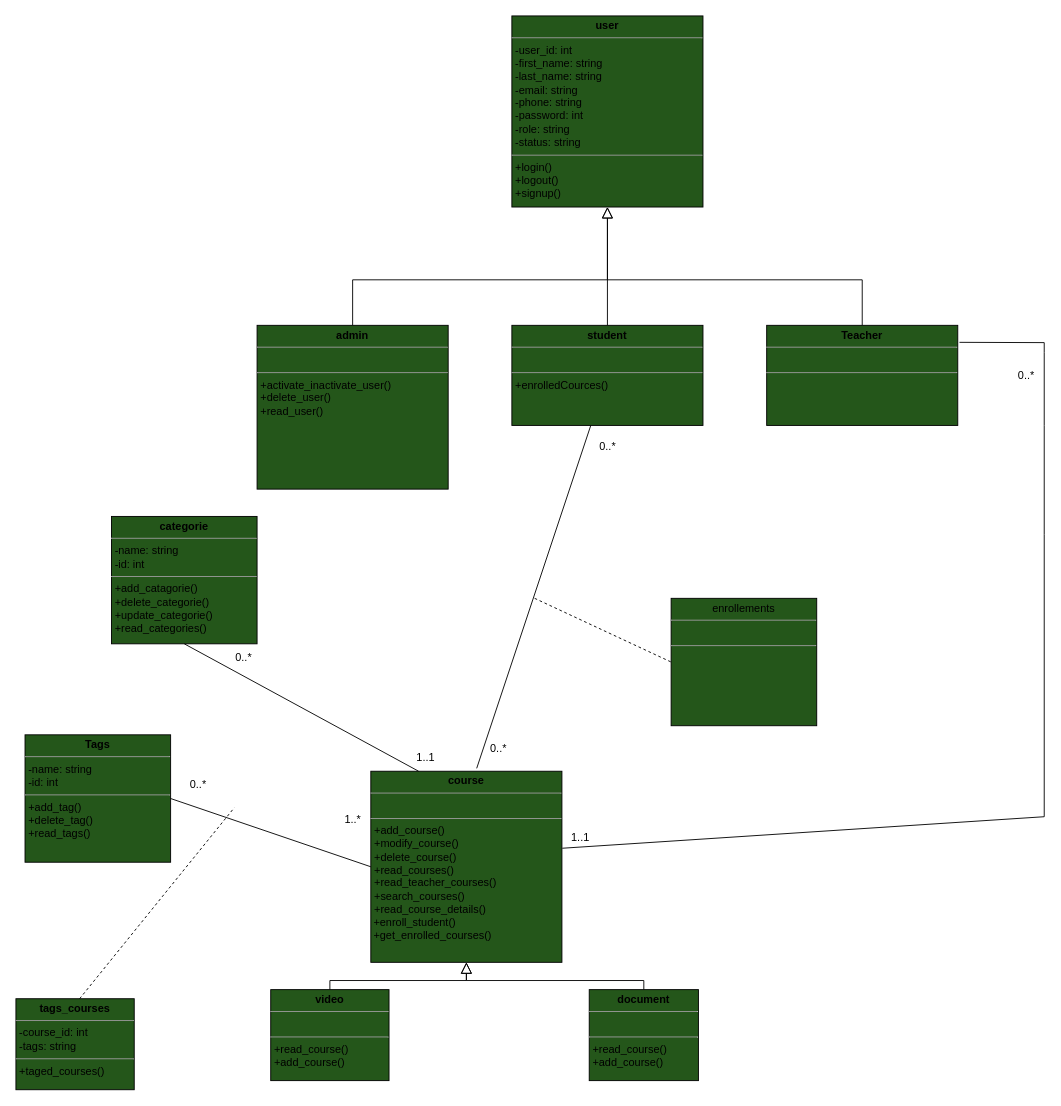
Earlier version of the draw.io diagram UML/diagramme_de_classe.drawio (Abderrahman-Ahouari/brief-crois-e-2-Plateforme-de-Cours-en-Ligne-Youdemy). Source tidied: cells renumbered, new cells numbered last; positions are measured from the earlier drawing's top-left corner, leaving out a move shared by most shapes. Both pictures are drawn from the tidied source at 91%, with x=0, y=0 at pixel (15, 15).
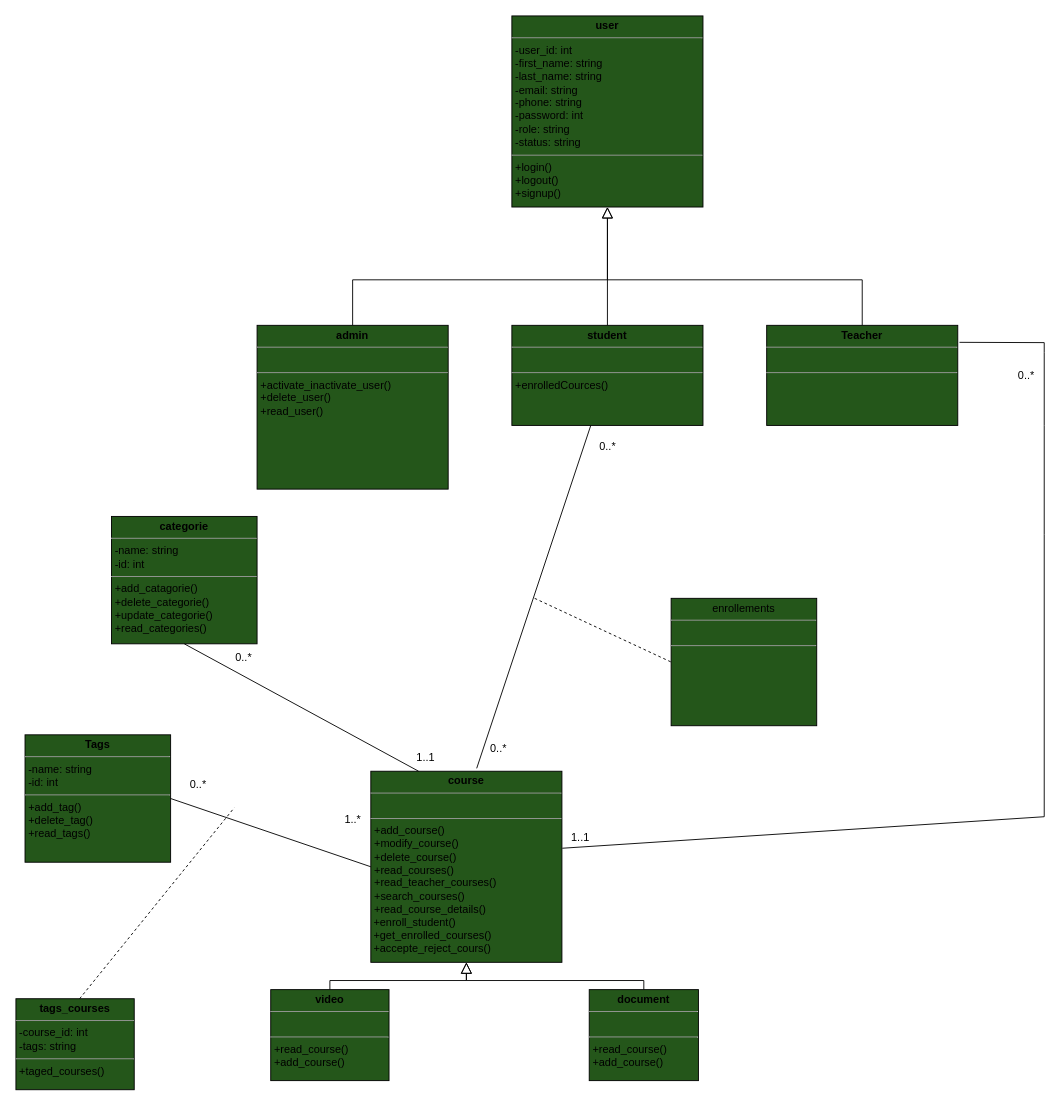
The same page after the edit.

Commit message (it also covers changes not shown here):
finished working on courses controlle, the admin can controlle courses by seeing theme in a list and filtring theme by status and he can accept reject or delete courses

Diff of the diagram source:
```diff
@@
-    <mxCell id="8" value="&lt;p style=&quot;margin:0px;margin-top:4px;text-align:center;&quot;&gt;&lt;b&gt;course&lt;/b&gt;&lt;/p&gt;&lt;hr size=&quot;1&quot;&gt;&lt;p style=&quot;margin:0px;margin-left:4px;&quot;&gt;&lt;br&gt;&lt;/p&gt;&lt;hr size=&quot;1&quot;&gt;&lt;p style=&quot;margin:0px;margin-left:4px;&quot;&gt;&lt;span style=&quot;background-color: initial;&quot;&gt;+add_course()&lt;/span&gt;&lt;br&gt;&lt;/p&gt;&lt;p style=&quot;margin: 0px 0px 0px 4px;&quot;&gt;+modify_course()&lt;br&gt;&lt;/p&gt;&lt;p style=&quot;margin: 0px 0px 0px 4px;&quot;&gt;+delete_course()&lt;/p&gt;&lt;p style=&quot;margin: 0px 0px 0px 4px;&quot;&gt;+read_courses()&lt;/p&gt;&lt;p style=&quot;margin: 0px 0px 0px 4px;&quot;&gt;+read_teacher_courses()&lt;/p&gt;&lt;p style=&quot;margin: 0px 0px 0px 4px;&quot;&gt;+search_courses()&lt;/p&gt;&lt;p style=&quot;margin: 0px 0px 0px 4px;&quot;&gt;+read_course_details()&lt;/p&gt;&lt;div&gt;&amp;nbsp;+enroll_student()&lt;/div&gt;&lt;div&gt;&amp;nbsp;+get_enrolled_courses()&lt;/div&gt;" style="verticalAlign=top;align=left;overflow=fill;fontSize=12;fontFamily=Helvetica;html=1;fillColor=#24561A;" parent="1" vertex="1">
+    <mxCell id="8" value="&lt;p style=&quot;margin:0px;margin-top:4px;text-align:center;&quot;&gt;&lt;b&gt;course&lt;/b&gt;&lt;/p&gt;&lt;hr size=&quot;1&quot;&gt;&lt;p style=&quot;margin:0px;margin-left:4px;&quot;&gt;&lt;br&gt;&lt;/p&gt;&lt;hr size=&quot;1&quot;&gt;&lt;p style=&quot;margin:0px;margin-left:4px;&quot;&gt;&lt;span style=&quot;background-color: initial;&quot;&gt;+add_course()&lt;/span&gt;&lt;br&gt;&lt;/p&gt;&lt;p style=&quot;margin: 0px 0px 0px 4px;&quot;&gt;+modify_course()&lt;br&gt;&lt;/p&gt;&lt;p style=&quot;margin: 0px 0px 0px 4px;&quot;&gt;+delete_course()&lt;/p&gt;&lt;p style=&quot;margin: 0px 0px 0px 4px;&quot;&gt;+read_courses()&lt;/p&gt;&lt;p style=&quot;margin: 0px 0px 0px 4px;&quot;&gt;+read_teacher_courses()&lt;/p&gt;&lt;p style=&quot;margin: 0px 0px 0px 4px;&quot;&gt;+search_courses()&lt;/p&gt;&lt;p style=&quot;margin: 0px 0px 0px 4px;&quot;&gt;+read_course_details()&lt;/p&gt;&lt;div&gt;&amp;nbsp;+enroll_student()&lt;/div&gt;&lt;div&gt;&amp;nbsp;+get_enrolled_courses()&lt;/div&gt;&lt;div&gt;&amp;nbsp;+accepte_reject_cours()&lt;/div&gt;" style="verticalAlign=top;align=left;overflow=fill;fontSize=12;fontFamily=Helvetica;html=1;fillColor=#24561A;" parent="1" vertex="1">
       <mxGeometry x="390" y="830" width="210" height="210" as="geometry" />
     </mxCell>
```
